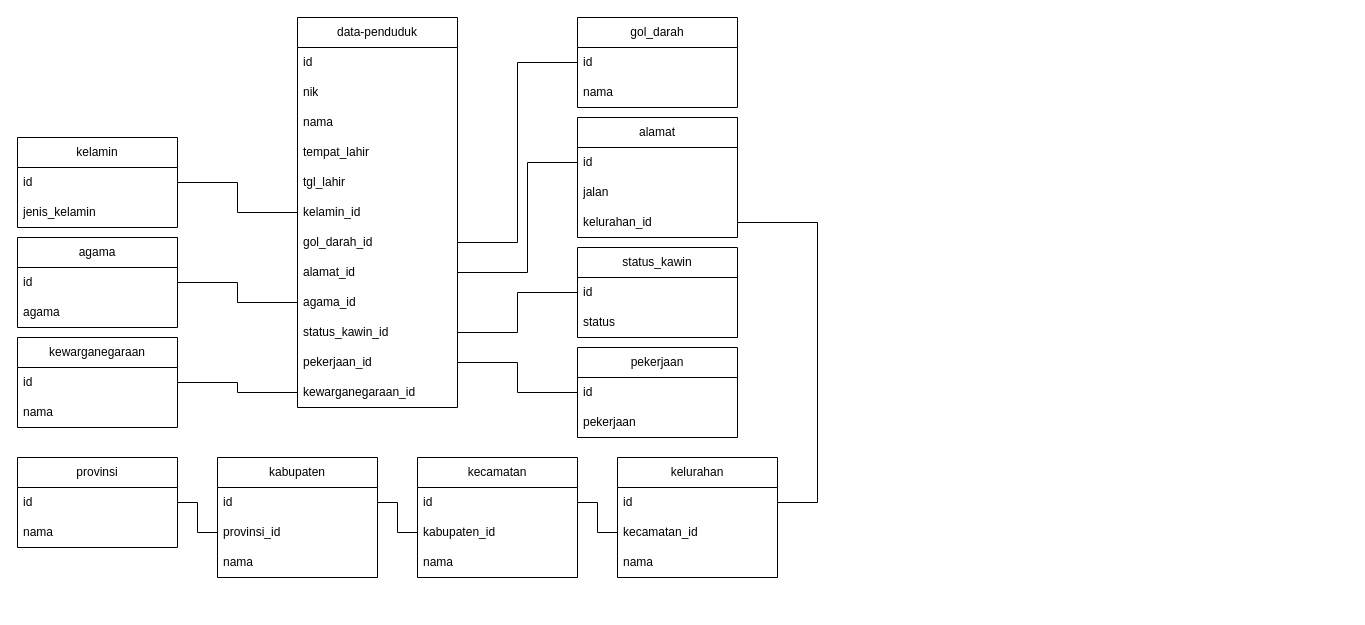
Before: database/design-database/relasi database.drawio in Habsyi2512/data-penduduk, a draw.io diagram. Source tidied: cells renumbered, new cells numbered last; positions are measured from the earlier drawing's top-left corner, leaving out a move shared by most shapes. Both pictures are drawn from the tidied source at 100%, with x=0, y=0 at pixel (17, 17).
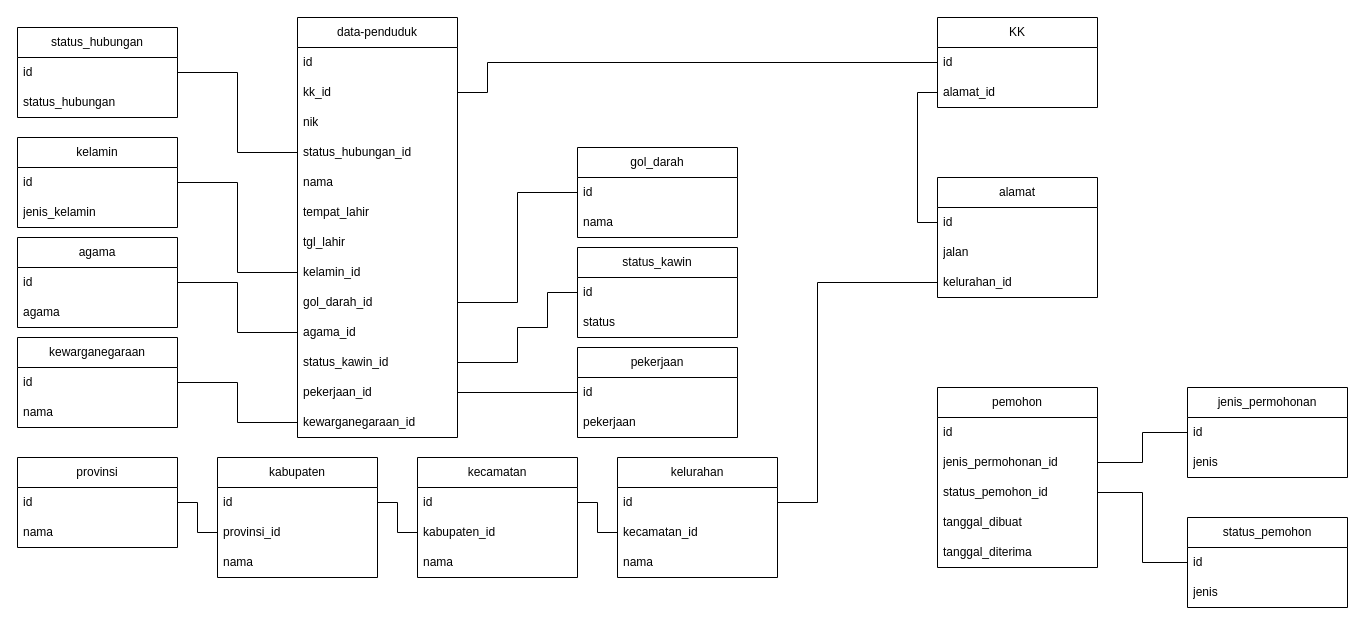
Above is the later version.

Commit message:
update desain database

The change refers to these unchanged cells:
```xml
<mxCell id="19" value="id" style="text;strokeColor=none;fillColor=none;align=left;verticalAlign=middle;spacingLeft=4;spacingRight=4;overflow=hidden;points=[[0,0.5],[1,0.5]];portConstraint=eastwest;whiteSpace=wrap;html=1;" parent="18" vertex="1">
  <mxGeometry y="30" width="160" height="30" as="geometry" />
</mxCell>
<mxCell id="21" value="kelurahan_id" style="text;strokeColor=none;fillColor=none;align=left;verticalAlign=middle;spacingLeft=4;spacingRight=4;overflow=hidden;points=[[0,0.5],[1,0.5]];portConstraint=eastwest;whiteSpace=wrap;html=1;" parent="18" vertex="1">
  <mxGeometry y="90" width="160" height="30" as="geometry" />
</mxCell>
<mxCell id="34" value="id" style="text;strokeColor=none;fillColor=none;align=left;verticalAlign=middle;spacingLeft=4;spacingRight=4;overflow=hidden;points=[[0,0.5],[1,0.5]];portConstraint=eastwest;whiteSpace=wrap;html=1;" parent="33" vertex="1">
  <mxGeometry y="30" width="160" height="30" as="geometry" />
</mxCell>
<mxCell id="50" value="id" style="text;strokeColor=none;fillColor=none;align=left;verticalAlign=middle;spacingLeft=4;spacingRight=4;overflow=hidden;points=[[0,0.5],[1,0.5]];portConstraint=eastwest;whiteSpace=wrap;html=1;" parent="49" vertex="1">
  <mxGeometry y="30" width="160" height="30" as="geometry" />
</mxCell>
```

Diff of the diagram source:
```diff
@@
     <mxCell id="2" value="data-penduduk" style="swimlane;fontStyle=0;horizontal=1;startSize=30;whiteSpace=wrap;html=1;" parent="1" vertex="1">
-      <mxGeometry x="280" width="160" height="390" as="geometry" />
+      <mxGeometry x="280" width="160" height="420" as="geometry" />
     </mxCell>
@@
+    <mxCell id="63" value="kk_id" style="text;strokeColor=none;fillColor=none;align=left;verticalAlign=middle;spacingLeft=4;spacingRight=4;overflow=hidden;points=[[0,0.5],[1,0.5]];portConstraint=eastwest;whiteSpace=wrap;html=1;" parent="2" vertex="1">
+      <mxGeometry y="60" width="160" height="30" as="geometry" />
+    </mxCell>
     <mxCell id="4" value="nik" style="text;strokeColor=none;fillColor=none;align=left;verticalAlign=middle;spacingLeft=4;spacingRight=4;overflow=hidden;whiteSpace=wrap;html=1;" parent="2" vertex="1">
-      <mxGeometry y="60" width="160" height="30" as="geometry" />
+      <mxGeometry y="90" width="160" height="30" as="geometry" />
     </mxCell>
+    <mxCell id="64" value="status_hubungan_id" style="text;strokeColor=none;fillColor=none;align=left;verticalAlign=middle;spacingLeft=4;spacingRight=4;overflow=hidden;points=[[0,0.5],[1,0.5]];portConstraint=eastwest;whiteSpace=wrap;html=1;" parent="2" vertex="1">
+      <mxGeometry y="120" width="160" height="30" as="geometry" />
+    </mxCell>
     <mxCell id="5" value="nama" style="text;strokeColor=none;fillColor=none;align=left;verticalAlign=middle;spacingLeft=4;spacingRight=4;overflow=hidden;whiteSpace=wrap;html=1;" parent="2" vertex="1">
-      <mxGeometry y="90" width="160" height="30" as="geometry" />
+      <mxGeometry y="150" width="160" height="30" as="geometry" />
     </mxCell>
     <mxCell id="6" value="tempat_lahir" style="text;strokeColor=none;fillColor=none;align=left;verticalAlign=middle;spacingLeft=4;spacingRight=4;overflow=hidden;whiteSpace=wrap;html=1;" parent="2" vertex="1">
-      <mxGeometry y="120" width="160" height="30" as="geometry" />
+      <mxGeometry y="180" width="160" height="30" as="geometry" />
     </mxCell>
     <mxCell id="7" value="tgl_lahir" style="text;strokeColor=none;fillColor=none;align=left;verticalAlign=middle;spacingLeft=4;spacingRight=4;overflow=hidden;whiteSpace=wrap;html=1;" parent="2" vertex="1">
-      <mxGeometry y="150" width="160" height="30" as="geometry" />
+      <mxGeometry y="210" width="160" height="30" as="geometry" />
     </mxCell>
     <mxCell id="8" value="kelamin_id" style="text;strokeColor=none;fillColor=none;align=left;verticalAlign=middle;spacingLeft=4;spacingRight=4;overflow=hidden;points=[[0,0.5],[1,0.5]];portConstraint=eastwest;whiteSpace=wrap;html=1;" parent="2" vertex="1">
-      <mxGeometry y="180" width="160" height="30" as="geometry" />
+      <mxGeometry y="240" width="160" height="30" as="geometry" />
     </mxCell>
     <mxCell id="9" value="gol_darah_id" style="text;strokeColor=none;fillColor=none;align=left;verticalAlign=middle;spacingLeft=4;spacingRight=4;overflow=hidden;points=[[0,0.5],[1,0.5]];portConstraint=eastwest;whiteSpace=wrap;html=1;" parent="2" vertex="1">
-      <mxGeometry y="210" width="160" height="30" as="geometry" />
+      <mxGeometry y="270" width="160" height="30" as="geometry" />
     </mxCell>
-    <mxCell id="10" value="alamat_id" style="text;strokeColor=none;fillColor=none;align=left;verticalAlign=middle;spacingLeft=4;spacingRight=4;overflow=hidden;points=[[0,0.5],[1,0.5]];portConstraint=eastwest;whiteSpace=wrap;html=1;" parent="2" vertex="1">
-      <mxGeometry y="240" width="160" height="30" as="geometry" />
-    </mxCell>
     <mxCell id="11" value="agama_id" style="text;strokeColor=none;fillColor=none;align=left;verticalAlign=middle;spacingLeft=4;spacingRight=4;overflow=hidden;points=[[0,0.5],[1,0.5]];portConstraint=eastwest;whiteSpace=wrap;html=1;" parent="2" vertex="1">
-      <mxGeometry y="270" width="160" height="30" as="geometry" />
+      <mxGeometry y="300" width="160" height="30" as="geometry" />
     </mxCell>
     <mxCell id="12" value="status_kawin_id" style="text;strokeColor=none;fillColor=none;align=left;verticalAlign=middle;spacingLeft=4;spacingRight=4;overflow=hidden;points=[[0,0.5],[1,0.5]];portConstraint=eastwest;whiteSpace=wrap;html=1;" parent="2" vertex="1">
-      <mxGeometry y="300" width="160" height="30" as="geometry" />
+      <mxGeometry y="330" width="160" height="30" as="geometry" />
     </mxCell>
     <mxCell id="13" value="pekerjaan_id" style="text;strokeColor=none;fillColor=none;align=left;verticalAlign=middle;spacingLeft=4;spacingRight=4;overflow=hidden;points=[[0,0.5],[1,0.5]];portConstraint=eastwest;whiteSpace=wrap;html=1;" parent="2" vertex="1">
-      <mxGeometry y="330" width="160" height="30" as="geometry" />
+      <mxGeometry y="360" width="160" height="30" as="geometry" />
     </mxCell>
     <mxCell id="14" value="kewarganegaraan_id" style="text;strokeColor=none;fillColor=none;align=left;verticalAlign=middle;spacingLeft=4;spacingRight=4;overflow=hidden;points=[[0,0.5],[1,0.5]];portConstraint=eastwest;whiteSpace=wrap;html=1;" parent="2" vertex="1">
-      <mxGeometry y="360" width="160" height="30" as="geometry" />
+      <mxGeometry y="390" width="160" height="30" as="geometry" />
     </mxCell>
@@
     <mxCell id="18" value="alamat" style="swimlane;fontStyle=0;horizontal=1;startSize=30;whiteSpace=wrap;html=1;" parent="1" vertex="1">
-      <mxGeometry x="560" y="100" width="160" height="120" as="geometry" />
+      <mxGeometry x="920" y="160" width="160" height="120" as="geometry" />
     </mxCell>
@@
     <mxCell id="37" value="gol_darah" style="swimlane;fontStyle=0;horizontal=1;startSize=30;whiteSpace=wrap;html=1;" parent="1" vertex="1">
-      <mxGeometry x="560" width="160" height="90" as="geometry" />
+      <mxGeometry x="560" y="130" width="160" height="90" as="geometry" />
     </mxCell>
@@
-    <mxCell id="44" style="edgeStyle=orthogonalEdgeStyle;rounded=0;jettySize=auto;html=1;endArrow=none;endFill=0;" parent="1" edge="1" source="19" target="10">
-      <mxGeometry relative="1" as="geometry">
-        <Array as="points">
-          <mxPoint x="510" y="145" />
-          <mxPoint x="510" y="255" />
-        </Array>
-      </mxGeometry>
-    </mxCell>
@@
     <mxCell id="52" style="edgeStyle=orthogonalEdgeStyle;rounded=0;jettySize=auto;html=1;endArrow=none;endFill=0;" parent="1" edge="1" source="50" target="12">
-      <mxGeometry relative="1" as="geometry" />
+      <mxGeometry relative="1" as="geometry">
+        <Array as="points">
+          <mxPoint x="530" y="275" />
+          <mxPoint x="530" y="310" />
+          <mxPoint x="500" y="310" />
+          <mxPoint x="500" y="345" />
+        </Array>
+      </mxGeometry>
     </mxCell>
@@
     <mxCell id="56" style="edgeStyle=orthogonalEdgeStyle;rounded=0;jettySize=auto;html=1;endArrow=none;endFill=0;" parent="1" edge="1" source="21" target="34">
       <mxGeometry relative="1" as="geometry">
         <Array as="points">
-          <mxPoint x="800" y="205" />
+          <mxPoint x="800" y="265" />
           <mxPoint x="800" y="485" />
         </Array>
       </mxGeometry>
     </mxCell>
@@
+    <mxCell id="65" value="KK" style="swimlane;fontStyle=0;horizontal=1;startSize=30;whiteSpace=wrap;html=1;" parent="1" vertex="1">
+      <mxGeometry x="920" width="160" height="90" as="geometry" />
+    </mxCell>
+    <mxCell id="66" value="id" style="text;strokeColor=none;fillColor=none;align=left;verticalAlign=middle;spacingLeft=4;spacingRight=4;overflow=hidden;points=[[0,0.5],[1,0.5]];portConstraint=eastwest;whiteSpace=wrap;html=1;" parent="65" vertex="1">
+      <mxGeometry y="30" width="160" height="30" as="geometry" />
+    </mxCell>
+    <mxCell id="10" value="alamat_id" style="text;strokeColor=none;fillColor=none;align=left;verticalAlign=middle;spacingLeft=4;spacingRight=4;overflow=hidden;points=[[0,0.5],[1,0.5]];portConstraint=eastwest;whiteSpace=wrap;html=1;" parent="65" vertex="1">
+      <mxGeometry y="60" width="160" height="30" as="geometry" />
+    </mxCell>
+    <mxCell id="67" style="edgeStyle=orthogonalEdgeStyle;rounded=0;jettySize=auto;html=1;endArrow=none;endFill=0;" parent="1" edge="1" source="63" target="66">
+      <mxGeometry relative="1" as="geometry">
+        <Array as="points">
+          <mxPoint x="470" y="75" />
+          <mxPoint x="470" y="45" />
+        </Array>
+      </mxGeometry>
+    </mxCell>
+    <mxCell id="68" style="edgeStyle=orthogonalEdgeStyle;rounded=0;jettySize=auto;html=1;endArrow=none;endFill=0;" parent="1" edge="1" source="10" target="19">
+      <mxGeometry relative="1" as="geometry">
+        <Array as="points">
+          <mxPoint x="900" y="75" />
+          <mxPoint x="900" y="205" />
+        </Array>
+      </mxGeometry>
+    </mxCell>
+    <mxCell id="69" value="status_hubungan" style="swimlane;fontStyle=0;horizontal=1;startSize=30;whiteSpace=wrap;html=1;" parent="1" vertex="1">
+      <mxGeometry y="10" width="160" height="90" as="geometry" />
+    </mxCell>
+    <mxCell id="70" value="id" style="text;strokeColor=none;fillColor=none;align=left;verticalAlign=middle;spacingLeft=4;spacingRight=4;overflow=hidden;points=[[0,0.5],[1,0.5]];portConstraint=eastwest;whiteSpace=wrap;html=1;" parent="69" vertex="1">
+      <mxGeometry y="30" width="160" height="30" as="geometry" />
+    </mxCell>
+    <mxCell id="71" value="status_hubungan" style="text;strokeColor=none;fillColor=none;align=left;verticalAlign=middle;spacingLeft=4;spacingRight=4;overflow=hidden;whiteSpace=wrap;html=1;" parent="69" vertex="1">
+      <mxGeometry y="60" width="160" height="30" as="geometry" />
+    </mxCell>
+    <mxCell id="72" style="edgeStyle=orthogonalEdgeStyle;rounded=0;jettySize=auto;html=1;endArrow=none;endFill=0;" parent="1" edge="1" source="64" target="70">
+      <mxGeometry relative="1" as="geometry" />
+    </mxCell>
+    <mxCell id="73" value="pemohon" style="swimlane;fontStyle=0;horizontal=1;startSize=30;whiteSpace=wrap;html=1;" parent="1" vertex="1">
+      <mxGeometry x="920" y="370" width="160" height="180" as="geometry" />
+    </mxCell>
+    <mxCell id="74" value="id" style="text;strokeColor=none;fillColor=none;align=left;verticalAlign=middle;spacingLeft=4;spacingRight=4;overflow=hidden;whiteSpace=wrap;html=1;" parent="73" vertex="1">
+      <mxGeometry y="30" width="160" height="30" as="geometry" />
+    </mxCell>
+    <mxCell id="75" value="jenis_permohonan_id" style="text;strokeColor=none;fillColor=none;align=left;verticalAlign=middle;spacingLeft=4;spacingRight=4;overflow=hidden;points=[[0,0.5],[1,0.5]];portConstraint=eastwest;whiteSpace=wrap;html=1;" parent="73" vertex="1">
+      <mxGeometry y="60" width="160" height="30" as="geometry" />
+    </mxCell>
+    <mxCell id="76" value="status_pemohon_id" style="text;strokeColor=none;fillColor=none;align=left;verticalAlign=middle;spacingLeft=4;spacingRight=4;overflow=hidden;points=[[0,0.5],[1,0.5]];portConstraint=eastwest;whiteSpace=wrap;html=1;" parent="73" vertex="1">
+      <mxGeometry y="90" width="160" height="30" as="geometry" />
+    </mxCell>
+    <mxCell id="77" value="tanggal_dibuat" style="text;strokeColor=none;fillColor=none;align=left;verticalAlign=middle;spacingLeft=4;spacingRight=4;overflow=hidden;whiteSpace=wrap;html=1;" parent="73" vertex="1">
+      <mxGeometry y="120" width="160" height="30" as="geometry" />
+    </mxCell>
+    <mxCell id="78" value="tanggal_diterima" style="text;strokeColor=none;fillColor=none;align=left;verticalAlign=middle;spacingLeft=4;spacingRight=4;overflow=hidden;whiteSpace=wrap;html=1;" parent="73" vertex="1">
+      <mxGeometry y="150" width="160" height="30" as="geometry" />
+    </mxCell>
+    <mxCell id="79" value="jenis_permohonan" style="swimlane;fontStyle=0;horizontal=1;startSize=30;whiteSpace=wrap;html=1;" parent="1" vertex="1">
+      <mxGeometry x="1170" y="370" width="160" height="90" as="geometry" />
+    </mxCell>
+    <mxCell id="80" value="id" style="text;strokeColor=none;fillColor=none;align=left;verticalAlign=middle;spacingLeft=4;spacingRight=4;overflow=hidden;points=[[0,0.5],[1,0.5]];portConstraint=eastwest;whiteSpace=wrap;html=1;" parent="79" vertex="1">
+      <mxGeometry y="30" width="160" height="30" as="geometry" />
+    </mxCell>
+    <mxCell id="81" value="jenis" style="text;strokeColor=none;fillColor=none;align=left;verticalAlign=middle;spacingLeft=4;spacingRight=4;overflow=hidden;whiteSpace=wrap;html=1;" parent="79" vertex="1">
+      <mxGeometry y="60" width="160" height="30" as="geometry" />
+    </mxCell>
+    <mxCell id="82" style="edgeStyle=orthogonalEdgeStyle;rounded=0;jettySize=auto;html=1;endArrow=none;endFill=0;" parent="1" edge="1" source="75" target="80">
+      <mxGeometry relative="1" as="geometry" />
+    </mxCell>
+    <mxCell id="83" value="status_pemohon" style="swimlane;fontStyle=0;horizontal=1;startSize=30;whiteSpace=wrap;html=1;" parent="1" vertex="1">
+      <mxGeometry x="1170" y="500" width="160" height="90" as="geometry" />
+    </mxCell>
+    <mxCell id="84" value="id" style="text;strokeColor=none;fillColor=none;align=left;verticalAlign=middle;spacingLeft=4;spacingRight=4;overflow=hidden;points=[[0,0.5],[1,0.5]];portConstraint=eastwest;whiteSpace=wrap;html=1;" parent="83" vertex="1">
+      <mxGeometry y="30" width="160" height="30" as="geometry" />
+    </mxCell>
+    <mxCell id="85" value="jenis" style="text;strokeColor=none;fillColor=none;align=left;verticalAlign=middle;spacingLeft=4;spacingRight=4;overflow=hidden;whiteSpace=wrap;html=1;" parent="83" vertex="1">
+      <mxGeometry y="60" width="160" height="30" as="geometry" />
+    </mxCell>
+    <mxCell id="86" style="edgeStyle=orthogonalEdgeStyle;rounded=0;jettySize=auto;html=1;endArrow=none;endFill=0;" parent="1" edge="1" source="76" target="84">
+      <mxGeometry relative="1" as="geometry" />
+    </mxCell>
```
